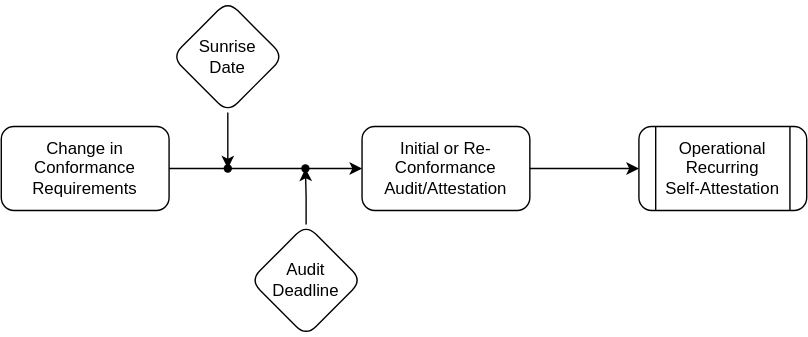
Before: content/DRAFT/assets/oci-self-attestation-process.svg, a diagram exported from draw.io (Open-Credentialing-Initiative/Conformance-Program). Source tidied: cells renumbered, new cells last; positions are measured from the earlier drawing's top-left corner, leaving out a move shared by most shapes.
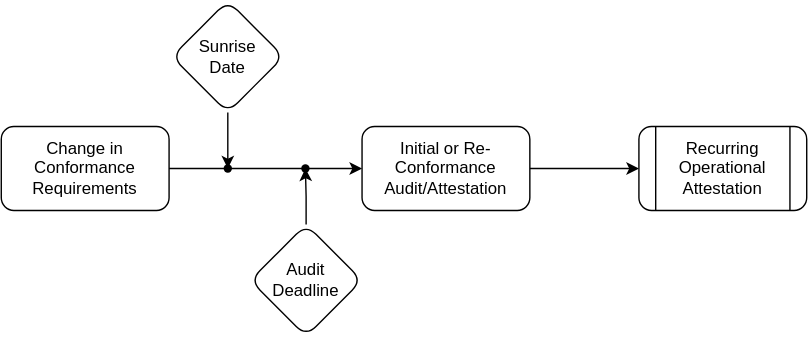
After the commit.

What changed in the source:
```diff
@@ -32,7 +32,7 @@
     <mxCell id="11" style="shape=waypoint;sketch=0;size=6;points=[];fillColor=default;perimeter=centerPerimeter;snapToPoint=1;rounded=1;" parent="1" vertex="1">
       <mxGeometry x="152" y="110" width="20" height="20" as="geometry" />
     </mxCell>
-    <mxCell id="12" value="Operational Recurring&lt;br&gt;Self-Attestation" style="shape=process;whiteSpace=wrap;html=1;backgroundOutline=1;rounded=1;" parent="1" vertex="1">
+    <mxCell id="12" value="Recurring&lt;br&gt;Operational&lt;br&gt;Attestation" style="shape=process;whiteSpace=wrap;html=1;backgroundOutline=1;rounded=1;" parent="1" vertex="1">
       <mxGeometry x="456" y="90" width="120" height="60" as="geometry" />
     </mxCell>
     <mxCell id="13" value="Audit&lt;br style=&quot;border-color: var(--border-color);&quot;&gt;Deadline" style="rhombus;whiteSpace=wrap;html=1;rounded=1;" parent="1" vertex="1">
```
